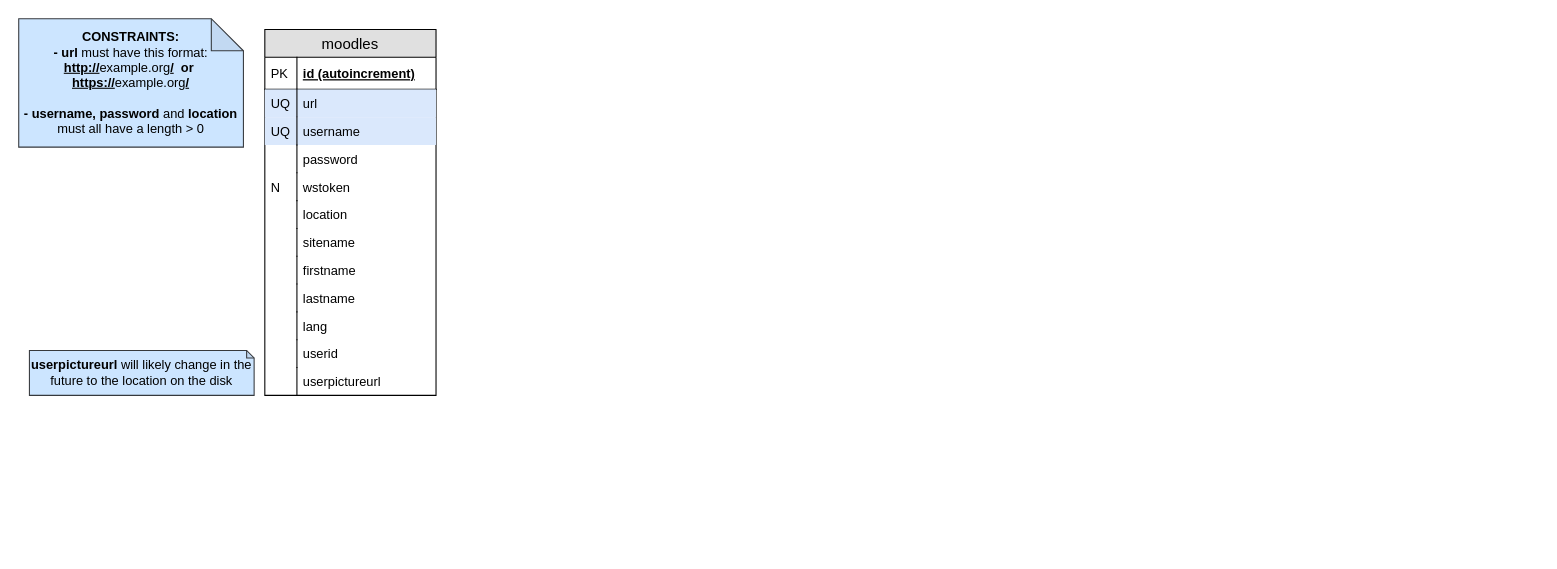
LiTO773/NoodleOld keeps this draw.io diagram as diagrams/DB.drawio. Above is the earlier version. Source tidied: cells renumbered, new cells numbered last; positions are measured from the earlier drawing's top-left corner, leaving out a move shared by most shapes. Both pictures are drawn from the tidied source at 107%, with x=0, y=0 at pixel (18, 18).
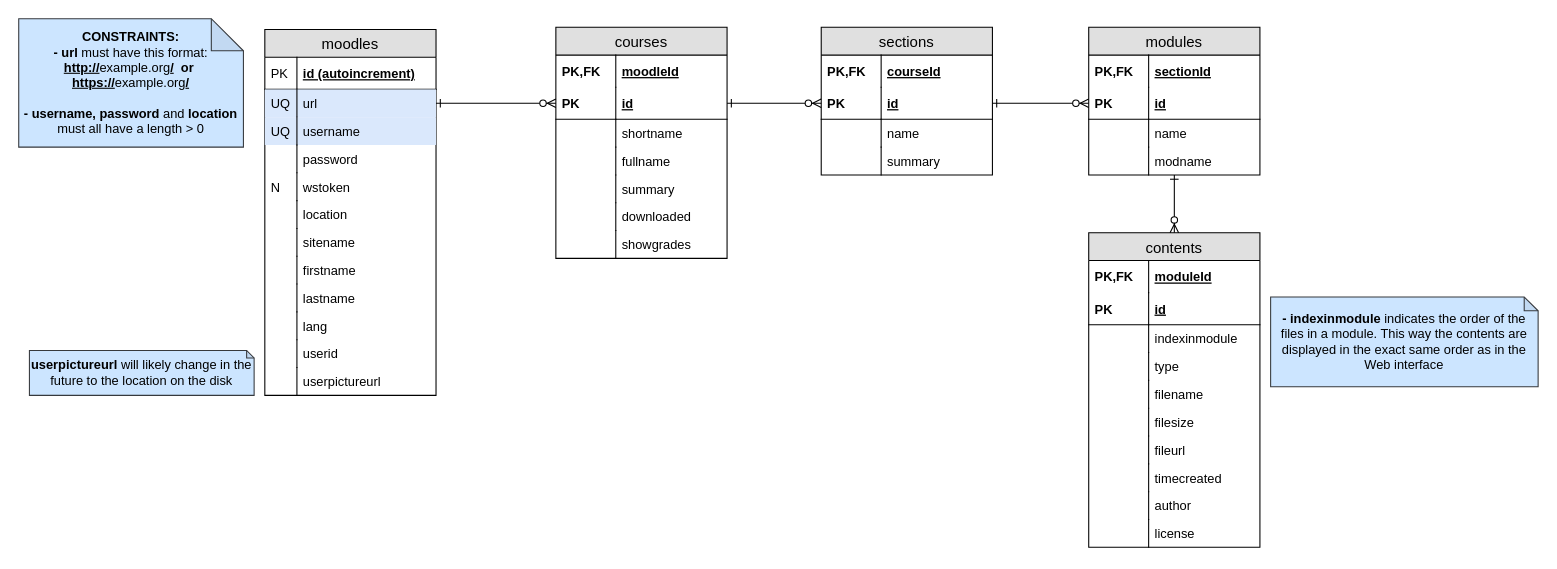
The same diagram, later.

Commit message (it also covers changes not shown here):
feat(db): New Relational Model

The new Relational Model now allows stores all the necessary Moodle information.

Unchanged cells that the change refers to:
```xml
<mxCell id="5" value="url" style="shape=partialRectangle;top=0;left=0;right=0;bottom=0;align=left;verticalAlign=top;fillColor=#dae8fc;spacingLeft=34;spacingRight=4;overflow=hidden;points=[[0,0.5],[1,0.5]];portConstraint=eastwest;fontSize=12;strokeColor=#6c8ebf;" parent="2" vertex="1">
  <mxGeometry y="56" width="160" height="26" as="geometry" />
</mxCell>
```

Diff of the diagram source:
```diff
@@
+    <mxCell id="29" style="edgeStyle=orthogonalEdgeStyle;rounded=0;orthogonalLoop=1;jettySize=auto;html=1;exitX=0.5;exitY=1;exitDx=0;exitDy=0;exitPerimeter=0;" parent="1" edge="1">
+      <mxGeometry relative="1" as="geometry">
+        <mxPoint x="680" y="381" as="sourcePoint" />
+        <mxPoint x="680" y="381" as="targetPoint" />
+      </mxGeometry>
+    </mxCell>
+    <mxCell id="30" value="courses" style="swimlane;fontStyle=0;horizontal=1;startSize=26;fillColor=#e0e0e0;swimlaneFillColor=#ffffff;align=center;fontSize=14;" parent="1" vertex="1">
+      <mxGeometry x="502" y="8" width="160" height="216" as="geometry" />
+    </mxCell>
+    <mxCell id="31" value="moodleId" style="shape=partialRectangle;top=0;left=0;right=0;bottom=0;align=left;verticalAlign=middle;fillColor=none;spacingLeft=60;spacingRight=4;overflow=hidden;fontStyle=5;fontSize=12;" parent="30" vertex="1">
+      <mxGeometry y="26" width="160" height="30" as="geometry" />
+    </mxCell>
+    <mxCell id="32" value="PK,FK" style="shape=partialRectangle;fontStyle=1;top=0;left=0;bottom=0;fillColor=none;align=left;verticalAlign=middle;spacingLeft=4;spacingRight=4;overflow=hidden;fontSize=12;" parent="31" vertex="1">
+      <mxGeometry width="56" height="30" as="geometry" />
+    </mxCell>
+    <mxCell id="33" value="id" style="shape=partialRectangle;top=0;left=0;right=0;bottom=1;align=left;verticalAlign=middle;fillColor=none;spacingLeft=60;spacingRight=4;overflow=hidden;points=[[0,0.5],[1,0.5]];portConstraint=eastwest;fontStyle=5;fontSize=12;" parent="30" vertex="1">
+      <mxGeometry y="56" width="160" height="30" as="geometry" />
+    </mxCell>
+    <mxCell id="34" value="PK" style="shape=partialRectangle;fontStyle=1;top=0;left=0;bottom=0;fillColor=none;align=left;verticalAlign=middle;spacingLeft=4;spacingRight=4;overflow=hidden;fontSize=12;" parent="33" vertex="1">
+      <mxGeometry width="56" height="30" as="geometry" />
+    </mxCell>
+    <mxCell id="35" value="shortname" style="shape=partialRectangle;top=0;left=0;right=0;bottom=0;align=left;verticalAlign=top;fillColor=none;spacingLeft=60;spacingRight=4;overflow=hidden;fontSize=12;" parent="30" vertex="1">
+      <mxGeometry y="86" width="160" height="26" as="geometry" />
+    </mxCell>
+    <mxCell id="36" style="shape=partialRectangle;top=0;left=0;bottom=0;fillColor=none;align=left;verticalAlign=top;spacingLeft=4;spacingRight=4;overflow=hidden;fontSize=12;" parent="35" vertex="1">
+      <mxGeometry width="56" height="26" as="geometry" />
+    </mxCell>
+    <mxCell id="37" value="fullname" style="shape=partialRectangle;top=0;left=0;right=0;bottom=0;align=left;verticalAlign=top;fillColor=none;spacingLeft=60;spacingRight=4;overflow=hidden;fontSize=12;" parent="30" vertex="1">
+      <mxGeometry y="112" width="160" height="26" as="geometry" />
+    </mxCell>
+    <mxCell id="38" style="shape=partialRectangle;top=0;left=0;bottom=0;fillColor=none;align=left;verticalAlign=top;spacingLeft=4;spacingRight=4;overflow=hidden;fontSize=12;" parent="37" vertex="1">
+      <mxGeometry width="56" height="26" as="geometry" />
+    </mxCell>
+    <mxCell id="39" value="summary" style="shape=partialRectangle;top=0;left=0;right=0;bottom=0;align=left;verticalAlign=top;fillColor=none;spacingLeft=60;spacingRight=4;overflow=hidden;fontSize=12;" parent="30" vertex="1">
+      <mxGeometry y="138" width="160" height="26" as="geometry" />
+    </mxCell>
+    <mxCell id="40" style="shape=partialRectangle;top=0;left=0;bottom=0;fillColor=none;align=left;verticalAlign=top;spacingLeft=4;spacingRight=4;overflow=hidden;fontSize=12;" parent="39" vertex="1">
+      <mxGeometry width="56" height="26" as="geometry" />
+    </mxCell>
+    <mxCell id="41" value="downloaded" style="shape=partialRectangle;top=0;left=0;right=0;bottom=0;align=left;verticalAlign=top;fillColor=none;spacingLeft=60;spacingRight=4;overflow=hidden;fontSize=12;" parent="30" vertex="1">
+      <mxGeometry y="164" width="160" height="26" as="geometry" />
+    </mxCell>
+    <mxCell id="42" style="shape=partialRectangle;top=0;left=0;bottom=0;fillColor=none;align=left;verticalAlign=top;spacingLeft=4;spacingRight=4;overflow=hidden;fontSize=12;" parent="41" vertex="1">
+      <mxGeometry width="56" height="26" as="geometry" />
+    </mxCell>
+    <mxCell id="43" value="showgrades" style="shape=partialRectangle;top=0;left=0;right=0;bottom=0;align=left;verticalAlign=top;fillColor=none;spacingLeft=60;spacingRight=4;overflow=hidden;fontSize=12;" parent="30" vertex="1">
+      <mxGeometry y="190" width="160" height="26" as="geometry" />
+    </mxCell>
+    <mxCell id="44" style="shape=partialRectangle;top=0;left=0;bottom=0;fillColor=none;align=left;verticalAlign=top;spacingLeft=4;spacingRight=4;overflow=hidden;fontSize=12;" parent="43" vertex="1">
+      <mxGeometry width="56" height="26" as="geometry" />
+    </mxCell>
+    <mxCell id="45" style="fontSize=12;html=1;endArrow=ERzeroToMany;startArrow=ERone;entryX=0;entryY=0.5;entryDx=0;entryDy=0;exitX=1;exitY=0.5;exitDx=0;exitDy=0;startFill=0;" parent="1" edge="1" source="5" target="33">
+      <mxGeometry relative="1" as="geometry" />
+    </mxCell>
+    <mxCell id="46" value="sections" style="swimlane;fontStyle=0;horizontal=1;startSize=26;fillColor=#e0e0e0;swimlaneFillColor=#ffffff;align=center;fontSize=14;" parent="1" vertex="1">
+      <mxGeometry x="750" y="8" width="160" height="138" as="geometry" />
+    </mxCell>
+    <mxCell id="47" value="courseId" style="shape=partialRectangle;top=0;left=0;right=0;bottom=0;align=left;verticalAlign=middle;fillColor=none;spacingLeft=60;spacingRight=4;overflow=hidden;fontStyle=5;fontSize=12;" parent="46" vertex="1">
+      <mxGeometry y="26" width="160" height="30" as="geometry" />
+    </mxCell>
+    <mxCell id="48" value="PK,FK" style="shape=partialRectangle;fontStyle=1;top=0;left=0;bottom=0;fillColor=none;align=left;verticalAlign=middle;spacingLeft=4;spacingRight=4;overflow=hidden;fontSize=12;" parent="47" vertex="1">
+      <mxGeometry width="56" height="30" as="geometry" />
+    </mxCell>
+    <mxCell id="49" value="id" style="shape=partialRectangle;top=0;left=0;right=0;bottom=1;align=left;verticalAlign=middle;fillColor=none;spacingLeft=60;spacingRight=4;overflow=hidden;points=[[0,0.5],[1,0.5]];portConstraint=eastwest;fontStyle=5;fontSize=12;" parent="46" vertex="1">
+      <mxGeometry y="56" width="160" height="30" as="geometry" />
+    </mxCell>
+    <mxCell id="50" value="PK" style="shape=partialRectangle;fontStyle=1;top=0;left=0;bottom=0;fillColor=none;align=left;verticalAlign=middle;spacingLeft=4;spacingRight=4;overflow=hidden;fontSize=12;" parent="49" vertex="1">
+      <mxGeometry width="56" height="30" as="geometry" />
+    </mxCell>
+    <mxCell id="51" value="name" style="shape=partialRectangle;top=0;left=0;right=0;bottom=0;align=left;verticalAlign=top;fillColor=none;spacingLeft=60;spacingRight=4;overflow=hidden;fontSize=12;" parent="46" vertex="1">
+      <mxGeometry y="86" width="160" height="26" as="geometry" />
+    </mxCell>
+    <mxCell id="52" style="shape=partialRectangle;top=0;left=0;bottom=0;fillColor=none;align=left;verticalAlign=top;spacingLeft=4;spacingRight=4;overflow=hidden;fontSize=12;" parent="51" vertex="1">
+      <mxGeometry width="56" height="26" as="geometry" />
+    </mxCell>
+    <mxCell id="53" value="summary" style="shape=partialRectangle;top=0;left=0;right=0;bottom=0;align=left;verticalAlign=top;fillColor=none;spacingLeft=60;spacingRight=4;overflow=hidden;fontSize=12;" parent="46" vertex="1">
+      <mxGeometry y="112" width="160" height="26" as="geometry" />
+    </mxCell>
+    <mxCell id="54" style="shape=partialRectangle;top=0;left=0;bottom=0;fillColor=none;align=left;verticalAlign=top;spacingLeft=4;spacingRight=4;overflow=hidden;fontSize=12;" parent="53" vertex="1">
+      <mxGeometry width="56" height="26" as="geometry" />
+    </mxCell>
+    <mxCell id="55" style="fontSize=12;html=1;endArrow=ERzeroToMany;startArrow=ERone;entryX=0;entryY=0.5;entryDx=0;entryDy=0;startFill=0;" parent="1" edge="1" source="33" target="49">
+      <mxGeometry relative="1" as="geometry" />
+    </mxCell>
+    <mxCell id="56" value="modules" style="swimlane;fontStyle=0;horizontal=1;startSize=26;fillColor=#e0e0e0;swimlaneFillColor=#ffffff;align=center;fontSize=14;" parent="1" vertex="1">
+      <mxGeometry x="1000" y="8" width="160" height="138" as="geometry" />
+    </mxCell>
+    <mxCell id="57" value="sectionId" style="shape=partialRectangle;top=0;left=0;right=0;bottom=0;align=left;verticalAlign=middle;fillColor=none;spacingLeft=60;spacingRight=4;overflow=hidden;fontStyle=5;fontSize=12;" parent="56" vertex="1">
+      <mxGeometry y="26" width="160" height="30" as="geometry" />
+    </mxCell>
+    <mxCell id="58" value="PK,FK" style="shape=partialRectangle;fontStyle=1;top=0;left=0;bottom=0;fillColor=none;align=left;verticalAlign=middle;spacingLeft=4;spacingRight=4;overflow=hidden;fontSize=12;" parent="57" vertex="1">
+      <mxGeometry width="56" height="30" as="geometry" />
+    </mxCell>
+    <mxCell id="59" value="id" style="shape=partialRectangle;top=0;left=0;right=0;bottom=1;align=left;verticalAlign=middle;fillColor=none;spacingLeft=60;spacingRight=4;overflow=hidden;points=[[0,0.5],[1,0.5]];portConstraint=eastwest;fontStyle=5;fontSize=12;" parent="56" vertex="1">
+      <mxGeometry y="56" width="160" height="30" as="geometry" />
+    </mxCell>
+    <mxCell id="60" value="PK" style="shape=partialRectangle;fontStyle=1;top=0;left=0;bottom=0;fillColor=none;align=left;verticalAlign=middle;spacingLeft=4;spacingRight=4;overflow=hidden;fontSize=12;" parent="59" vertex="1">
+      <mxGeometry width="56" height="30" as="geometry" />
+    </mxCell>
+    <mxCell id="61" value="name" style="shape=partialRectangle;top=0;left=0;right=0;bottom=0;align=left;verticalAlign=top;fillColor=none;spacingLeft=60;spacingRight=4;overflow=hidden;fontSize=12;" parent="56" vertex="1">
+      <mxGeometry y="86" width="160" height="26" as="geometry" />
+    </mxCell>
+    <mxCell id="62" style="shape=partialRectangle;top=0;left=0;bottom=0;fillColor=none;align=left;verticalAlign=top;spacingLeft=4;spacingRight=4;overflow=hidden;fontSize=12;" parent="61" vertex="1">
+      <mxGeometry width="56" height="26" as="geometry" />
+    </mxCell>
+    <mxCell id="63" value="modname" style="shape=partialRectangle;top=0;left=0;right=0;bottom=0;align=left;verticalAlign=top;fillColor=none;spacingLeft=60;spacingRight=4;overflow=hidden;points=[[0,0.5],[1,0.5]];portConstraint=eastwest;fontSize=12;" parent="56" vertex="1">
+      <mxGeometry y="112" width="160" height="26" as="geometry" />
+    </mxCell>
+    <mxCell id="64" style="shape=partialRectangle;top=0;left=0;bottom=0;fillColor=none;align=left;verticalAlign=top;spacingLeft=4;spacingRight=4;overflow=hidden;fontSize=12;" parent="63" vertex="1">
+      <mxGeometry width="56" height="26" as="geometry" />
+    </mxCell>
+    <mxCell id="65" style="fontSize=12;html=1;endArrow=ERzeroToMany;startArrow=ERone;entryX=0;entryY=0.5;entryDx=0;entryDy=0;endFill=1;startFill=0;exitX=1;exitY=0.5;exitDx=0;exitDy=0;" parent="1" edge="1" source="49" target="59">
+      <mxGeometry relative="1" as="geometry" />
+    </mxCell>
+    <mxCell id="66" value="contents" style="swimlane;fontStyle=0;horizontal=1;startSize=26;fillColor=#e0e0e0;swimlaneFillColor=#ffffff;align=center;fontSize=14;" parent="1" vertex="1">
+      <mxGeometry x="1000" y="200" width="160" height="294" as="geometry" />
+    </mxCell>
+    <mxCell id="67" value="moduleId" style="shape=partialRectangle;top=0;left=0;right=0;bottom=0;align=left;verticalAlign=middle;fillColor=none;spacingLeft=60;spacingRight=4;overflow=hidden;fontStyle=5;fontSize=12;" parent="66" vertex="1">
+      <mxGeometry y="26" width="160" height="30" as="geometry" />
+    </mxCell>
+    <mxCell id="68" value="PK,FK" style="shape=partialRectangle;fontStyle=1;top=0;left=0;bottom=0;fillColor=none;align=left;verticalAlign=middle;spacingLeft=4;spacingRight=4;overflow=hidden;fontSize=12;" parent="67" vertex="1">
+      <mxGeometry width="56" height="30" as="geometry" />
+    </mxCell>
+    <mxCell id="69" value="id" style="shape=partialRectangle;top=0;left=0;right=0;bottom=1;align=left;verticalAlign=middle;fillColor=none;spacingLeft=60;spacingRight=4;overflow=hidden;fontStyle=5;fontSize=12;" parent="66" vertex="1">
+      <mxGeometry y="56" width="160" height="30" as="geometry" />
+    </mxCell>
+    <mxCell id="70" value="PK" style="shape=partialRectangle;fontStyle=1;top=0;left=0;bottom=0;fillColor=none;align=left;verticalAlign=middle;spacingLeft=4;spacingRight=4;overflow=hidden;fontSize=12;" parent="69" vertex="1">
+      <mxGeometry width="56" height="30" as="geometry" />
+    </mxCell>
+    <mxCell id="71" value="indexinmodule" style="shape=partialRectangle;top=0;left=0;right=0;bottom=0;align=left;verticalAlign=top;fillColor=none;spacingLeft=60;spacingRight=4;overflow=hidden;fontSize=12;" parent="66" vertex="1">
+      <mxGeometry y="86" width="160" height="26" as="geometry" />
+    </mxCell>
+    <mxCell id="72" style="shape=partialRectangle;top=0;left=0;bottom=0;fillColor=none;align=left;verticalAlign=top;spacingLeft=4;spacingRight=4;overflow=hidden;fontSize=12;" parent="71" vertex="1">
+      <mxGeometry width="56" height="26" as="geometry" />
+    </mxCell>
+    <mxCell id="73" value="type" style="shape=partialRectangle;top=0;left=0;right=0;bottom=0;align=left;verticalAlign=top;fillColor=none;spacingLeft=60;spacingRight=4;overflow=hidden;fontSize=12;" parent="66" vertex="1">
+      <mxGeometry y="112" width="160" height="26" as="geometry" />
+    </mxCell>
+    <mxCell id="74" style="shape=partialRectangle;top=0;left=0;bottom=0;fillColor=none;align=left;verticalAlign=top;spacingLeft=4;spacingRight=4;overflow=hidden;fontSize=12;" parent="73" vertex="1">
+      <mxGeometry width="56" height="26" as="geometry" />
+    </mxCell>
+    <mxCell id="75" value="filename" style="shape=partialRectangle;top=0;left=0;right=0;bottom=0;align=left;verticalAlign=top;fillColor=none;spacingLeft=60;spacingRight=4;overflow=hidden;fontSize=12;" parent="66" vertex="1">
+      <mxGeometry y="138" width="160" height="26" as="geometry" />
+    </mxCell>
+    <mxCell id="76" style="shape=partialRectangle;top=0;left=0;bottom=0;fillColor=none;align=left;verticalAlign=top;spacingLeft=4;spacingRight=4;overflow=hidden;fontSize=12;" parent="75" vertex="1">
+      <mxGeometry width="56" height="26" as="geometry" />
+    </mxCell>
+    <mxCell id="77" value="filesize" style="shape=partialRectangle;top=0;left=0;right=0;bottom=0;align=left;verticalAlign=top;fillColor=none;spacingLeft=60;spacingRight=4;overflow=hidden;fontSize=12;" parent="66" vertex="1">
+      <mxGeometry y="164" width="160" height="26" as="geometry" />
+    </mxCell>
+    <mxCell id="78" style="shape=partialRectangle;top=0;left=0;bottom=0;fillColor=none;align=left;verticalAlign=top;spacingLeft=4;spacingRight=4;overflow=hidden;fontSize=12;" parent="77" vertex="1">
+      <mxGeometry width="56" height="26" as="geometry" />
+    </mxCell>
+    <mxCell id="79" value="fileurl" style="shape=partialRectangle;top=0;left=0;right=0;bottom=0;align=left;verticalAlign=top;fillColor=none;spacingLeft=60;spacingRight=4;overflow=hidden;fontSize=12;" parent="66" vertex="1">
+      <mxGeometry y="190" width="160" height="26" as="geometry" />
+    </mxCell>
+    <mxCell id="80" style="shape=partialRectangle;top=0;left=0;bottom=0;fillColor=none;align=left;verticalAlign=top;spacingLeft=4;spacingRight=4;overflow=hidden;fontSize=12;" parent="79" vertex="1">
+      <mxGeometry width="56" height="26" as="geometry" />
+    </mxCell>
+    <mxCell id="81" value="timecreated" style="shape=partialRectangle;top=0;left=0;right=0;bottom=0;align=left;verticalAlign=top;fillColor=none;spacingLeft=60;spacingRight=4;overflow=hidden;fontSize=12;" parent="66" vertex="1">
+      <mxGeometry y="216" width="160" height="26" as="geometry" />
+    </mxCell>
+    <mxCell id="82" style="shape=partialRectangle;top=0;left=0;bottom=0;fillColor=none;align=left;verticalAlign=top;spacingLeft=4;spacingRight=4;overflow=hidden;fontSize=12;" parent="81" vertex="1">
+      <mxGeometry width="56" height="26" as="geometry" />
+    </mxCell>
+    <mxCell id="83" value="author" style="shape=partialRectangle;top=0;left=0;right=0;bottom=0;align=left;verticalAlign=top;fillColor=none;spacingLeft=60;spacingRight=4;overflow=hidden;fontSize=12;" parent="66" vertex="1">
+      <mxGeometry y="242" width="160" height="26" as="geometry" />
+    </mxCell>
+    <mxCell id="84" style="shape=partialRectangle;top=0;left=0;bottom=0;fillColor=none;align=left;verticalAlign=top;spacingLeft=4;spacingRight=4;overflow=hidden;fontSize=12;" parent="83" vertex="1">
+      <mxGeometry width="56" height="26" as="geometry" />
+    </mxCell>
+    <mxCell id="85" value="license" style="shape=partialRectangle;top=0;left=0;right=0;bottom=0;align=left;verticalAlign=top;fillColor=none;spacingLeft=60;spacingRight=4;overflow=hidden;fontSize=12;" parent="66" vertex="1">
+      <mxGeometry y="268" width="160" height="26" as="geometry" />
+    </mxCell>
+    <mxCell id="86" style="shape=partialRectangle;top=0;left=0;bottom=0;fillColor=none;align=left;verticalAlign=top;spacingLeft=4;spacingRight=4;overflow=hidden;fontSize=12;" parent="85" vertex="1">
+      <mxGeometry width="56" height="26" as="geometry" />
+    </mxCell>
+    <mxCell id="87" style="fontSize=12;html=1;endArrow=ERzeroToMany;startArrow=ERone;entryX=0.5;entryY=0;entryDx=0;entryDy=0;endFill=1;startFill=0;" parent="1" edge="1" source="63" target="66">
+      <mxGeometry relative="1" as="geometry" />
+    </mxCell>
+    <mxCell id="88" value="&lt;b&gt;- indexinmodule &lt;/b&gt;indicates the order of the files in a module. This way the contents are displayed in the exact same order as in the Web interface" style="shape=note;whiteSpace=wrap;html=1;backgroundOutline=1;darkOpacity=0.05;fillColor=#cce5ff;strokeColor=#36393d;size=13;" parent="1" vertex="1">
+      <mxGeometry x="1170" y="260" width="250" height="84" as="geometry" />
+    </mxCell>
```
